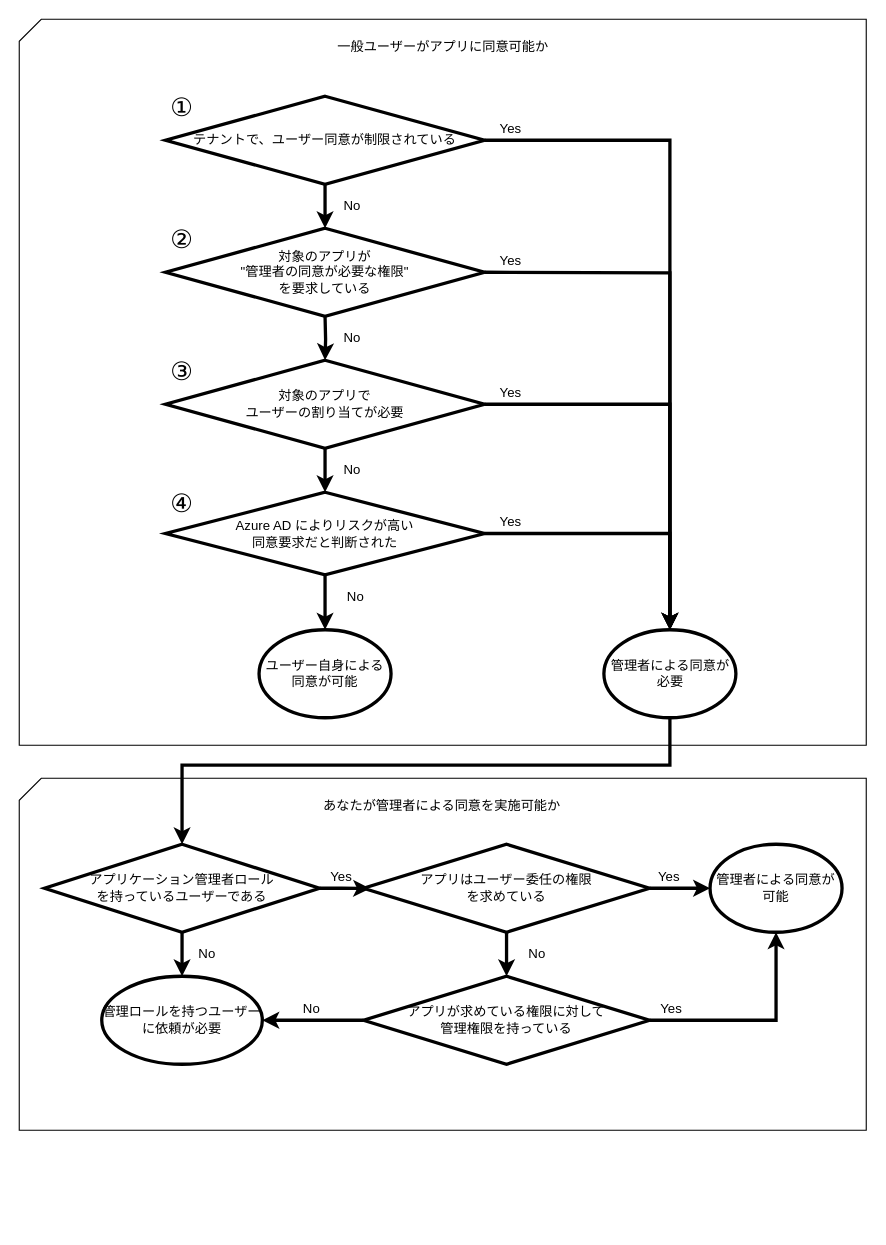
The draw.io diagram articles/azure-active-directory/azure-ad-consent-framework/troubleshoot.drawio in jpazureid/blog, before the edit. Source tidied: cells renumbered, new cells numbered last; positions are measured from the earlier drawing's top-left corner, leaving out a move shared by most shapes. Both pictures are drawn from the tidied source at 110%, with x=0, y=0 at pixel (19, 19).
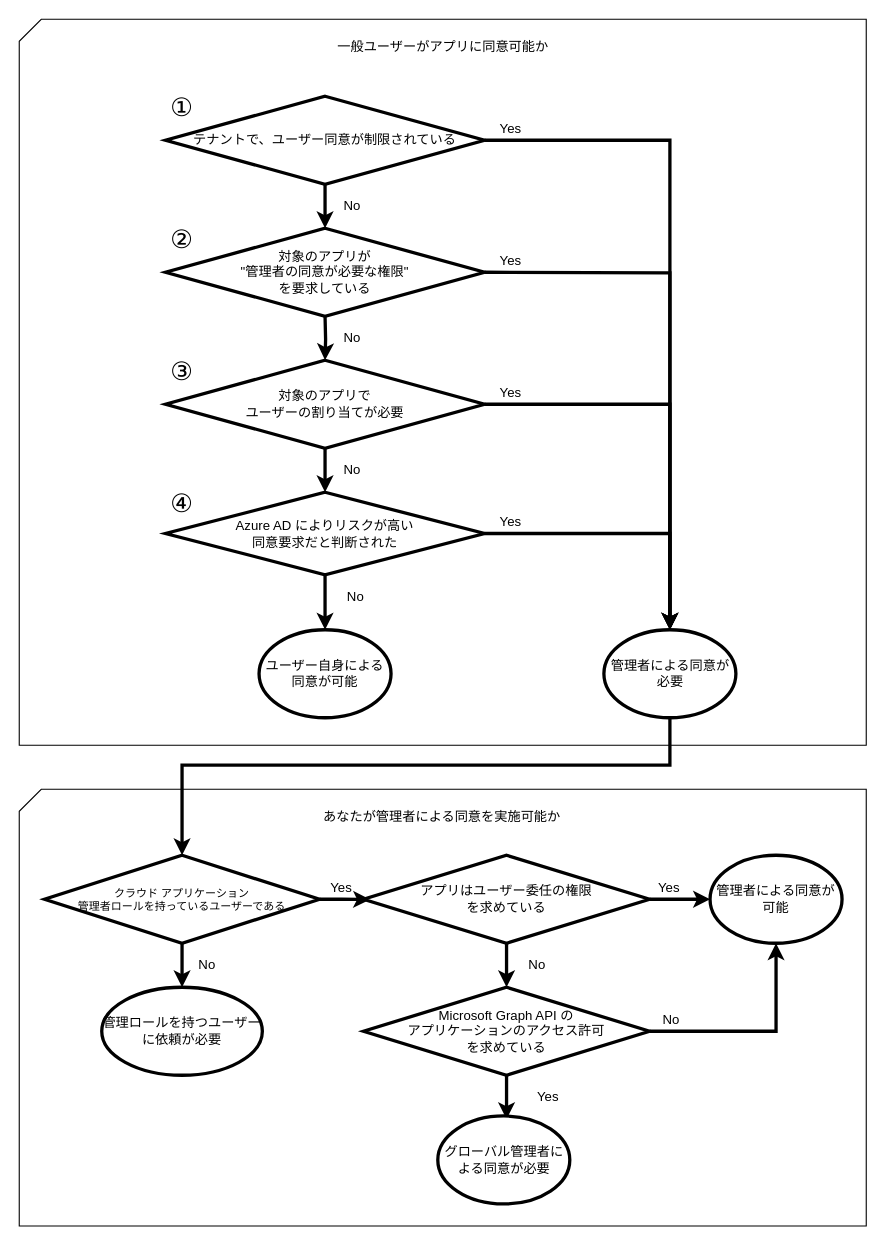
The same diagram, later.

Change to the diagram source:
```diff
@@
     <mxCell id="3" style="verticalLabelPosition=bottom;verticalAlign=top;html=1;shape=card;whiteSpace=wrap;size=20;arcSize=12;fontSize=12;" parent="1" vertex="1">
-      <mxGeometry y="690" width="770" height="320" as="geometry" />
+      <mxGeometry y="700" width="770" height="397" as="geometry" />
     </mxCell>
@@
-    <mxCell id="17" value="アプリケーション管理者ロール&lt;br style=&quot;font-size: 12px&quot;&gt;を持っているユーザーである" style="rhombus;whiteSpace=wrap;html=1;strokeWidth=3;fontStyle=0;fontSize=12;" parent="1" vertex="1">
-      <mxGeometry x="23" y="750" width="250" height="80" as="geometry" />
+    <mxCell id="17" value="クラウド アプリケーション&lt;br&gt;管理者ロールを持っているユーザーである" style="rhombus;whiteSpace=wrap;html=1;strokeWidth=3;fontStyle=0;fontSize=10;" parent="1" vertex="1">
+      <mxGeometry x="23" y="760" width="250" height="80" as="geometry" />
     </mxCell>
     <mxCell id="18" value="管理者による同意が可能" style="ellipse;whiteSpace=wrap;html=1;strokeWidth=3;fontStyle=0;fontSize=12;" parent="1" vertex="1">
-      <mxGeometry x="628" y="750" width="120" height="80" as="geometry" />
+      <mxGeometry x="628" y="760" width="120" height="80" as="geometry" />
     </mxCell>
@@
-    <mxCell id="20" style="edgeStyle=orthogonalEdgeStyle;rounded=0;jettySize=auto;html=1;strokeWidth=3;fontStyle=0;fontSize=12;" parent="1" edge="1" source="21" target="25">
-      <mxGeometry relative="1" as="geometry" />
-    </mxCell>
-    <mxCell id="21" value="アプリが求めている権限に対して&lt;br style=&quot;font-size: 12px;&quot;&gt;管理権限を持っている" style="rhombus;whiteSpace=wrap;html=1;strokeWidth=3;fontStyle=0;fontSize=12;" parent="1" vertex="1">
-      <mxGeometry x="313" y="870" width="260" height="80" as="geometry" />
+    <mxCell id="21" value="Microsoft Graph API の&lt;br&gt;アプリケーションのアクセス許可&lt;br&gt;を求めている" style="rhombus;whiteSpace=wrap;html=1;strokeWidth=3;fontStyle=0;fontSize=12;" parent="1" vertex="1">
+      <mxGeometry x="313" y="880" width="260" height="80" as="geometry" />
     </mxCell>
@@
     <mxCell id="24" value="アプリはユーザー委任の権限&lt;br&gt;を求めている" style="rhombus;whiteSpace=wrap;html=1;strokeWidth=3;fontStyle=0;fontSize=12;" parent="1" vertex="1">
-      <mxGeometry x="313" y="750" width="260" height="80" as="geometry" />
+      <mxGeometry x="313" y="760" width="260" height="80" as="geometry" />
     </mxCell>
     <mxCell id="25" value="管理ロールを持つユーザーに依頼が必要" style="ellipse;whiteSpace=wrap;html=1;strokeWidth=3;fontStyle=0;fontSize=12;" parent="1" vertex="1">
-      <mxGeometry x="75" y="870" width="146" height="80" as="geometry" />
+      <mxGeometry x="75" y="880" width="146" height="80" as="geometry" />
     </mxCell>
     <mxCell id="26" value="Yes" style="text;html=1;strokeColor=none;fillColor=none;align=center;verticalAlign=middle;whiteSpace=wrap;rounded=0;strokeWidth=3;fontStyle=0;fontSize=12;" parent="1" vertex="1">
-      <mxGeometry x="273" y="770" width="40" height="20" as="geometry" />
+      <mxGeometry x="273" y="780" width="40" height="20" as="geometry" />
     </mxCell>
     <mxCell id="27" value="Yes" style="text;html=1;strokeColor=none;fillColor=none;align=center;verticalAlign=middle;whiteSpace=wrap;rounded=0;strokeWidth=3;fontStyle=0;fontSize=12;" parent="1" vertex="1">
-      <mxGeometry x="570.5" y="770" width="40" height="20" as="geometry" />
+      <mxGeometry x="570.5" y="780" width="40" height="20" as="geometry" />
     </mxCell>
     <mxCell id="28" value="No" style="text;html=1;strokeColor=none;fillColor=none;align=center;verticalAlign=middle;whiteSpace=wrap;rounded=0;strokeWidth=3;fontStyle=0;fontSize=12;" parent="1" vertex="1">
-      <mxGeometry x="450.5" y="840" width="40" height="20" as="geometry" />
+      <mxGeometry x="450.5" y="850" width="40" height="20" as="geometry" />
     </mxCell>
-    <mxCell id="29" value="Yes" style="text;html=1;strokeColor=none;fillColor=none;align=center;verticalAlign=middle;whiteSpace=wrap;rounded=0;strokeWidth=3;fontStyle=0;fontSize=12;" parent="1" vertex="1">
-      <mxGeometry x="573" y="890" width="40" height="20" as="geometry" />
+    <mxCell id="29" value="No" style="text;html=1;strokeColor=none;fillColor=none;align=center;verticalAlign=middle;whiteSpace=wrap;rounded=0;strokeWidth=3;fontStyle=0;fontSize=12;" parent="1" vertex="1">
+      <mxGeometry x="573" y="900" width="40" height="20" as="geometry" />
     </mxCell>
-    <mxCell id="30" value="No" style="text;html=1;strokeColor=none;fillColor=none;align=center;verticalAlign=middle;whiteSpace=wrap;rounded=0;strokeWidth=3;fontStyle=0;fontSize=12;" parent="1" vertex="1">
-      <mxGeometry x="245.5" y="890" width="40" height="20" as="geometry" />
-    </mxCell>
     <mxCell id="31" value="No" style="text;html=1;strokeColor=none;fillColor=none;align=center;verticalAlign=middle;whiteSpace=wrap;rounded=0;strokeWidth=3;fontStyle=0;fontSize=12;" parent="1" vertex="1">
-      <mxGeometry x="150.5" y="840" width="40" height="20" as="geometry" />
+      <mxGeometry x="150.5" y="850" width="40" height="20" as="geometry" />
     </mxCell>
@@
     <mxCell id="48" value="あなたが管理者による同意を実施可能か" style="text;html=1;strokeColor=none;fillColor=none;align=center;verticalAlign=middle;whiteSpace=wrap;rounded=0;fontSize=12;" parent="1" vertex="1">
-      <mxGeometry x="236.5" y="690" width="295" height="50" as="geometry" />
+      <mxGeometry x="236.5" y="700" width="295" height="50" as="geometry" />
     </mxCell>
@@
+    <mxCell id="51" style="edgeStyle=orthogonalEdgeStyle;rounded=0;jettySize=auto;html=1;strokeWidth=3;fontStyle=0;fontSize=12;exitX=0.5;exitY=1;exitDx=0;exitDy=0;entryX=0.5;entryY=0;entryDx=0;entryDy=0;" parent="1" edge="1" source="21">
+      <mxGeometry relative="1" as="geometry">
+        <mxPoint x="443" y="1000" as="targetPoint" />
+      </mxGeometry>
+    </mxCell>
+    <mxCell id="52" value="Yes" style="text;html=1;strokeColor=none;fillColor=none;align=center;verticalAlign=middle;whiteSpace=wrap;rounded=0;strokeWidth=3;fontStyle=0;fontSize=12;" parent="1" vertex="1">
+      <mxGeometry x="460.5" y="970" width="40" height="20" as="geometry" />
+    </mxCell>
+    <mxCell id="53" value="グローバル管理者に&lt;br&gt;よる同意が必要" style="ellipse;whiteSpace=wrap;html=1;strokeWidth=3;fontStyle=0;fontSize=12;" parent="1" vertex="1">
+      <mxGeometry x="380.5" y="997" width="120" height="80" as="geometry" />
+    </mxCell>
```
